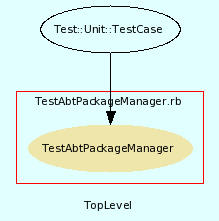
eschabell/abtlinux keeps this Graphviz diagram as src/trunk/doc/dot/f_13.png. Above is the earlier version. Its source is kept beside it as src/trunk/doc/dot/f_13.dot.
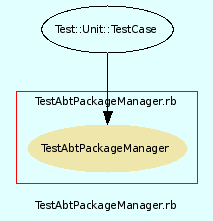
The same diagram one commit later.

Diff of the diagram source:
```diff
@@ -3,7 +3,7 @@
     bgcolor = lightcyan1
     fontname = Arial
     fontsize = 8
-    label = "TopLevel"
+    label = "TestAbtPackageManager.rb"
     node [
         fontname = Arial,
         fontsize = 8,
```
